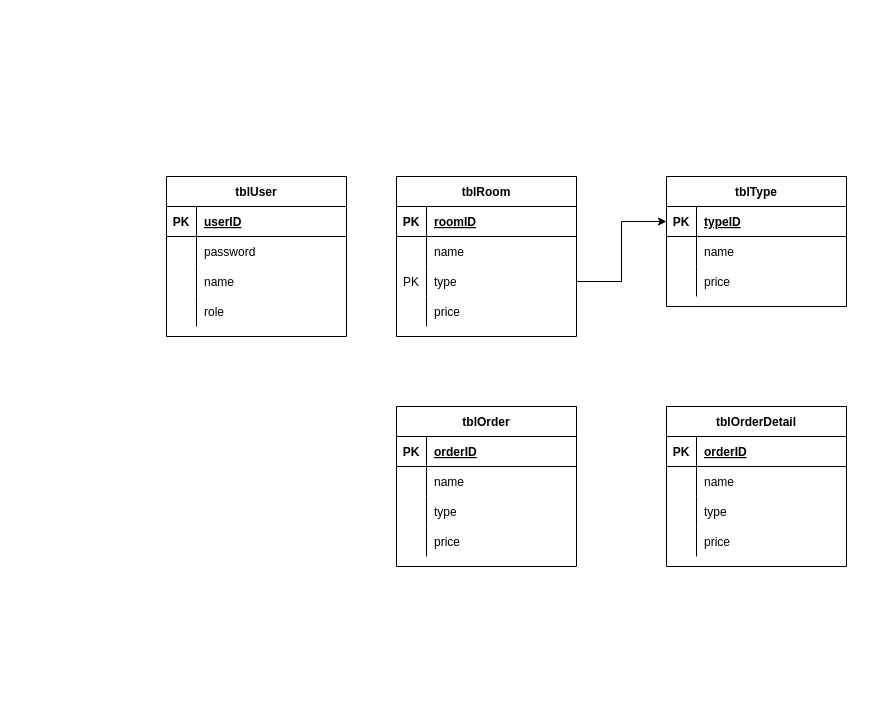
Above: Database/PRN292_Assignment.drawio in passion-Infinity/PRN292_Assignment (draw.io), before the change. Source tidied: cells renumbered, new cells numbered last; positions are measured from the earlier drawing's top-left corner, leaving out a move shared by most shapes. Both pictures are drawn from the tidied source at 100%, with x=0, y=0 at pixel (166, 176).
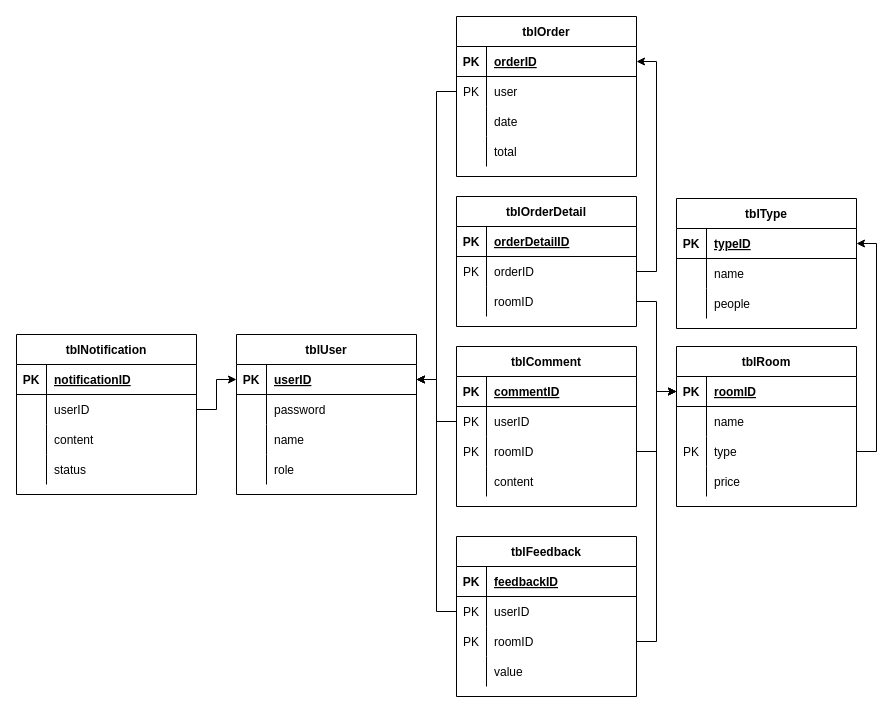
Above is the later version.

Unchanged cells that the change refers to:
```xml
<mxCell id="3" style="shape=partialRectangle;fillColor=none;top=0;left=0;bottom=1;right=0;points=[[0,0.5],[1,0.5]];portConstraint=eastwest;" parent="2" vertex="1">
  <mxGeometry y="30" width="180" height="30" as="geometry" />
</mxCell>
<mxCell id="9" style="shape=partialRectangle;fillColor=none;top=0;left=0;bottom=0;right=0;points=[[0,0.5],[1,0.5]];portConstraint=eastwest;" parent="2" vertex="1">
  <mxGeometry y="90" width="180" height="30" as="geometry" />
</mxCell>
<mxCell id="16" style="shape=partialRectangle;fillColor=none;top=0;left=0;bottom=1;right=0;points=[[0,0.5],[1,0.5]];portConstraint=eastwest;" parent="15" vertex="1">
  <mxGeometry y="30" width="180" height="30" as="geometry" />
</mxCell>
<mxCell id="22" style="shape=partialRectangle;fillColor=none;top=0;left=0;bottom=0;right=0;" parent="15" vertex="1">
  <mxGeometry y="90" width="180" height="30" as="geometry" />
</mxCell>
<mxCell id="27" style="shape=partialRectangle;fillColor=none;top=0;left=0;bottom=1;right=0;points=[[0,0.5],[1,0.5]];portConstraint=eastwest;" parent="26" vertex="1">
  <mxGeometry y="30" width="180" height="30" as="geometry" />
</mxCell>
<mxCell id="30" style="shape=partialRectangle;fillColor=none;top=0;left=0;bottom=0;right=0;points=[[0,0.5],[1,0.5]];portConstraint=eastwest;" parent="26" vertex="1">
  <mxGeometry y="60" width="180" height="30" as="geometry" />
</mxCell>
<mxCell id="33" style="shape=partialRectangle;fillColor=none;top=0;left=0;bottom=0;right=0;" parent="26" vertex="1">
  <mxGeometry y="90" width="180" height="30" as="geometry" />
</mxCell>
<mxCell id="36" style="shape=partialRectangle;fillColor=none;top=0;left=0;bottom=0;right=0;" parent="26" vertex="1">
  <mxGeometry y="120" width="180" height="30" as="geometry" />
</mxCell>
<mxCell id="40" style="shape=partialRectangle;fillColor=none;top=0;left=0;bottom=1;right=0;" parent="39" vertex="1">
  <mxGeometry y="30" width="180" height="30" as="geometry" />
</mxCell>
<mxCell id="43" style="shape=partialRectangle;fillColor=none;top=0;left=0;bottom=0;right=0;points=[[0,0.5],[1,0.5]];portConstraint=eastwest;" parent="39" vertex="1">
  <mxGeometry y="60" width="180" height="30" as="geometry" />
</mxCell>
<mxCell id="46" style="shape=partialRectangle;fillColor=none;top=0;left=0;bottom=0;right=0;points=[[0,0.5],[1,0.5]];portConstraint=eastwest;" parent="39" vertex="1">
  <mxGeometry y="90" width="180" height="30" as="geometry" />
</mxCell>
<mxCell id="53" style="shape=partialRectangle;fillColor=none;top=0;left=0;bottom=1;right=0;points=[[0,0.5],[1,0.5]];portConstraint=eastwest;" parent="52" vertex="1">
  <mxGeometry y="30" width="180" height="30" as="geometry" />
</mxCell>
```

Change to the diagram source:
```diff
@@
     <mxCell id="2" value="tblRoom" style="shape=table;startSize=30;childLayout=tableLayout;rowLines=0;fontStyle=1;align=center;" parent="1" vertex="1">
-      <mxGeometry x="230" width="180" height="160" as="geometry" />
+      <mxGeometry x="510" y="170" width="180" height="160" as="geometry" />
     </mxCell>
@@
     <mxCell id="15" value="tblType" style="shape=table;startSize=30;childLayout=tableLayout;rowLines=0;fontStyle=1;align=center;" parent="1" vertex="1">
-      <mxGeometry x="500" width="180" height="130" as="geometry" />
+      <mxGeometry x="510" y="22" width="180" height="130" as="geometry" />
     </mxCell>
@@
-    <mxCell id="24" value="price" style="shape=partialRectangle;fillColor=none;top=0;left=0;bottom=0;right=0;align=left;spacingLeft=6;overflow=hidden;" parent="22" vertex="1">
+    <mxCell id="24" value="people" style="shape=partialRectangle;fillColor=none;top=0;left=0;bottom=0;right=0;align=left;spacingLeft=6;overflow=hidden;" parent="22" vertex="1">
       <mxGeometry x="30" width="150" height="30" as="geometry" />
     </mxCell>
-    <mxCell id="25" style="edgeStyle=orthogonalEdgeStyle;rounded=0;jettySize=auto;html=1;entryX=0;entryY=0.5;entryDx=0;entryDy=0;" parent="1" edge="1" source="9" target="16">
-      <mxGeometry relative="1" as="geometry" />
-    </mxCell>
     <mxCell id="26" value="tblOrder" style="shape=table;startSize=30;childLayout=tableLayout;rowLines=0;fontStyle=1;align=center;" parent="1" vertex="1">
-      <mxGeometry x="230" y="230" width="180" height="160" as="geometry" />
+      <mxGeometry x="290" y="-160" width="180" height="160" as="geometry" />
     </mxCell>
@@
-    <mxCell id="31" style="shape=partialRectangle;fillColor=none;top=0;left=0;bottom=0;right=0;overflow=hidden;" parent="30" vertex="1">
+    <mxCell id="31" value="PK" style="shape=partialRectangle;fillColor=none;top=0;left=0;bottom=0;right=0;overflow=hidden;" parent="30" vertex="1">
       <mxGeometry width="30" height="30" as="geometry" />
     </mxCell>
-    <mxCell id="32" value="name" style="shape=partialRectangle;fillColor=none;top=0;left=0;bottom=0;right=0;align=left;spacingLeft=6;overflow=hidden;" parent="30" vertex="1">
+    <mxCell id="32" value="user" style="shape=partialRectangle;fillColor=none;top=0;left=0;bottom=0;right=0;align=left;spacingLeft=6;overflow=hidden;" parent="30" vertex="1">
       <mxGeometry x="30" width="150" height="30" as="geometry" />
     </mxCell>
@@
-    <mxCell id="35" value="type" style="shape=partialRectangle;fillColor=none;top=0;left=0;bottom=0;right=0;align=left;spacingLeft=6;overflow=hidden;" parent="33" vertex="1">
+    <mxCell id="35" value="date" style="shape=partialRectangle;fillColor=none;top=0;left=0;bottom=0;right=0;align=left;spacingLeft=6;overflow=hidden;" parent="33" vertex="1">
       <mxGeometry x="30" width="150" height="30" as="geometry" />
     </mxCell>
@@
-    <mxCell id="38" value="price" style="shape=partialRectangle;fillColor=none;top=0;left=0;bottom=0;right=0;align=left;spacingLeft=6;overflow=hidden;" parent="36" vertex="1">
+    <mxCell id="38" value="total" style="shape=partialRectangle;fillColor=none;top=0;left=0;bottom=0;right=0;align=left;spacingLeft=6;overflow=hidden;" parent="36" vertex="1">
       <mxGeometry x="30" width="150" height="30" as="geometry" />
     </mxCell>
     <mxCell id="39" value="tblOrderDetail" style="shape=table;startSize=30;childLayout=tableLayout;rowLines=0;fontStyle=1;align=center;" parent="1" vertex="1">
-      <mxGeometry x="500" y="230" width="180" height="160" as="geometry" />
+      <mxGeometry x="290" y="20" width="180" height="130" as="geometry" />
     </mxCell>
@@
-    <mxCell id="42" value="orderID" style="shape=partialRectangle;fillColor=none;top=0;left=0;bottom=0;right=0;align=left;spacingLeft=6;fontStyle=5;overflow=hidden;" parent="40" vertex="1">
+    <mxCell id="42" value="orderDetailID" style="shape=partialRectangle;fillColor=none;top=0;left=0;bottom=0;right=0;align=left;spacingLeft=6;fontStyle=5;overflow=hidden;" parent="40" vertex="1">
       <mxGeometry x="30" width="150" height="30" as="geometry" />
     </mxCell>
@@
-    <mxCell id="44" style="shape=partialRectangle;fillColor=none;top=0;left=0;bottom=0;right=0;overflow=hidden;" parent="43" vertex="1">
+    <mxCell id="44" value="PK" style="shape=partialRectangle;fillColor=none;top=0;left=0;bottom=0;right=0;overflow=hidden;" parent="43" vertex="1">
       <mxGeometry width="30" height="30" as="geometry" />
     </mxCell>
-    <mxCell id="45" value="name" style="shape=partialRectangle;fillColor=none;top=0;left=0;bottom=0;right=0;align=left;spacingLeft=6;overflow=hidden;" parent="43" vertex="1">
+    <mxCell id="45" value="orderID" style="shape=partialRectangle;fillColor=none;top=0;left=0;bottom=0;right=0;align=left;spacingLeft=6;overflow=hidden;" parent="43" vertex="1">
       <mxGeometry x="30" width="150" height="30" as="geometry" />
     </mxCell>
@@
-    <mxCell id="48" value="type" style="shape=partialRectangle;fillColor=none;top=0;left=0;bottom=0;right=0;align=left;spacingLeft=6;overflow=hidden;" parent="46" vertex="1">
+    <mxCell id="48" value="roomID" style="shape=partialRectangle;fillColor=none;top=0;left=0;bottom=0;right=0;align=left;spacingLeft=6;overflow=hidden;" parent="46" vertex="1">
       <mxGeometry x="30" width="150" height="30" as="geometry" />
     </mxCell>
-    <mxCell id="49" style="shape=partialRectangle;fillColor=none;top=0;left=0;bottom=0;right=0;" parent="39" vertex="1">
-      <mxGeometry y="120" width="180" height="30" as="geometry" />
-    </mxCell>
-    <mxCell id="50" style="shape=partialRectangle;fillColor=none;top=0;left=0;bottom=0;right=0;overflow=hidden;" parent="49" vertex="1">
-      <mxGeometry width="30" height="30" as="geometry" />
-    </mxCell>
-    <mxCell id="51" value="price" style="shape=partialRectangle;fillColor=none;top=0;left=0;bottom=0;right=0;align=left;spacingLeft=6;overflow=hidden;" parent="49" vertex="1">
-      <mxGeometry x="30" width="150" height="30" as="geometry" />
-    </mxCell>
     <mxCell id="52" value="tblUser" style="shape=table;startSize=30;childLayout=tableLayout;rowLines=0;fontStyle=1;align=center;" parent="1" vertex="1">
-      <mxGeometry width="180" height="160" as="geometry" />
+      <mxGeometry x="70" y="158" width="180" height="160" as="geometry" />
     </mxCell>
@@
+    <mxCell id="65" style="edgeStyle=orthogonalEdgeStyle;rounded=0;jettySize=auto;html=1;entryX=1;entryY=0.5;entryDx=0;entryDy=0;" parent="1" edge="1" source="30" target="53">
+      <mxGeometry relative="1" as="geometry" />
+    </mxCell>
+    <mxCell id="66" style="edgeStyle=orthogonalEdgeStyle;rounded=0;jettySize=auto;html=1;entryX=1;entryY=0.5;entryDx=0;entryDy=0;exitX=1;exitY=0.5;exitDx=0;exitDy=0;" parent="1" edge="1" source="43" target="27">
+      <mxGeometry relative="1" as="geometry" />
+    </mxCell>
+    <mxCell id="25" style="edgeStyle=orthogonalEdgeStyle;rounded=0;jettySize=auto;html=1;entryX=1;entryY=0.5;entryDx=0;entryDy=0;exitX=1;exitY=0.5;exitDx=0;exitDy=0;" parent="1" edge="1" source="9" target="16">
+      <mxGeometry relative="1" as="geometry" />
+    </mxCell>
+    <mxCell id="67" style="edgeStyle=orthogonalEdgeStyle;rounded=0;jettySize=auto;html=1;entryX=0;entryY=0.5;entryDx=0;entryDy=0;" parent="1" edge="1" source="46" target="3">
+      <mxGeometry relative="1" as="geometry" />
+    </mxCell>
+    <mxCell id="68" value="tblComment" style="shape=table;startSize=30;childLayout=tableLayout;rowLines=0;fontStyle=1;align=center;" parent="1" vertex="1">
+      <mxGeometry x="290" y="170" width="180" height="160" as="geometry" />
+    </mxCell>
+    <mxCell id="69" style="shape=partialRectangle;fillColor=none;top=0;left=0;bottom=1;right=0;" parent="68" vertex="1">
+      <mxGeometry y="30" width="180" height="30" as="geometry" />
+    </mxCell>
+    <mxCell id="70" value="PK" style="shape=partialRectangle;fillColor=none;top=0;left=0;bottom=0;right=0;fontStyle=1;overflow=hidden;" parent="69" vertex="1">
+      <mxGeometry width="30" height="30" as="geometry" />
+    </mxCell>
+    <mxCell id="71" value="commentID" style="shape=partialRectangle;fillColor=none;top=0;left=0;bottom=0;right=0;align=left;spacingLeft=6;fontStyle=5;overflow=hidden;" parent="69" vertex="1">
+      <mxGeometry x="30" width="150" height="30" as="geometry" />
+    </mxCell>
+    <mxCell id="72" style="shape=partialRectangle;fillColor=none;top=0;left=0;bottom=0;right=0;points=[[0,0.5],[1,0.5]];portConstraint=eastwest;" parent="68" vertex="1">
+      <mxGeometry y="60" width="180" height="30" as="geometry" />
+    </mxCell>
+    <mxCell id="73" value="PK" style="shape=partialRectangle;fillColor=none;top=0;left=0;bottom=0;right=0;overflow=hidden;" parent="72" vertex="1">
+      <mxGeometry width="30" height="30" as="geometry" />
+    </mxCell>
+    <mxCell id="74" value="userID" style="shape=partialRectangle;fillColor=none;top=0;left=0;bottom=0;right=0;align=left;spacingLeft=6;overflow=hidden;" parent="72" vertex="1">
+      <mxGeometry x="30" width="150" height="30" as="geometry" />
+    </mxCell>
+    <mxCell id="75" style="shape=partialRectangle;fillColor=none;top=0;left=0;bottom=0;right=0;points=[[0,0.5],[1,0.5]];portConstraint=eastwest;" parent="68" vertex="1">
+      <mxGeometry y="90" width="180" height="30" as="geometry" />
+    </mxCell>
+    <mxCell id="76" value="PK" style="shape=partialRectangle;fillColor=none;top=0;left=0;bottom=0;right=0;overflow=hidden;" parent="75" vertex="1">
+      <mxGeometry width="30" height="30" as="geometry" />
+    </mxCell>
+    <mxCell id="77" value="roomID" style="shape=partialRectangle;fillColor=none;top=0;left=0;bottom=0;right=0;align=left;spacingLeft=6;overflow=hidden;" parent="75" vertex="1">
+      <mxGeometry x="30" width="150" height="30" as="geometry" />
+    </mxCell>
+    <mxCell id="78" style="shape=partialRectangle;fillColor=none;top=0;left=0;bottom=0;right=0;" parent="68" vertex="1">
+      <mxGeometry y="120" width="180" height="30" as="geometry" />
+    </mxCell>
+    <mxCell id="79" style="shape=partialRectangle;fillColor=none;top=0;left=0;bottom=0;right=0;overflow=hidden;" parent="78" vertex="1">
+      <mxGeometry width="30" height="30" as="geometry" />
+    </mxCell>
+    <mxCell id="80" value="content" style="shape=partialRectangle;fillColor=none;top=0;left=0;bottom=0;right=0;align=left;spacingLeft=6;overflow=hidden;" parent="78" vertex="1">
+      <mxGeometry x="30" width="150" height="30" as="geometry" />
+    </mxCell>
+    <mxCell id="81" style="edgeStyle=orthogonalEdgeStyle;rounded=0;jettySize=auto;html=1;entryX=1;entryY=0.5;entryDx=0;entryDy=0;" parent="1" edge="1" source="72" target="53">
+      <mxGeometry relative="1" as="geometry" />
+    </mxCell>
+    <mxCell id="82" style="edgeStyle=orthogonalEdgeStyle;rounded=0;jettySize=auto;html=1;entryX=0;entryY=0.5;entryDx=0;entryDy=0;" parent="1" edge="1" source="75" target="3">
+      <mxGeometry relative="1" as="geometry" />
+    </mxCell>
+    <mxCell id="83" value="tblFeedback" style="shape=table;startSize=30;childLayout=tableLayout;rowLines=0;fontStyle=1;align=center;" parent="1" vertex="1">
+      <mxGeometry x="290" y="360" width="180" height="160" as="geometry" />
+    </mxCell>
+    <mxCell id="84" style="shape=partialRectangle;fillColor=none;top=0;left=0;bottom=1;right=0;" parent="83" vertex="1">
+      <mxGeometry y="30" width="180" height="30" as="geometry" />
+    </mxCell>
+    <mxCell id="85" value="PK" style="shape=partialRectangle;fillColor=none;top=0;left=0;bottom=0;right=0;fontStyle=1;overflow=hidden;" parent="84" vertex="1">
+      <mxGeometry width="30" height="30" as="geometry" />
+    </mxCell>
+    <mxCell id="86" value="feedbackID" style="shape=partialRectangle;fillColor=none;top=0;left=0;bottom=0;right=0;align=left;spacingLeft=6;fontStyle=5;overflow=hidden;" parent="84" vertex="1">
+      <mxGeometry x="30" width="150" height="30" as="geometry" />
+    </mxCell>
+    <mxCell id="87" style="shape=partialRectangle;fillColor=none;top=0;left=0;bottom=0;right=0;points=[[0,0.5],[1,0.5]];portConstraint=eastwest;" parent="83" vertex="1">
+      <mxGeometry y="60" width="180" height="30" as="geometry" />
+    </mxCell>
+    <mxCell id="88" value="PK" style="shape=partialRectangle;fillColor=none;top=0;left=0;bottom=0;right=0;overflow=hidden;" parent="87" vertex="1">
+      <mxGeometry width="30" height="30" as="geometry" />
+    </mxCell>
+    <mxCell id="89" value="userID" style="shape=partialRectangle;fillColor=none;top=0;left=0;bottom=0;right=0;align=left;spacingLeft=6;overflow=hidden;" parent="87" vertex="1">
+      <mxGeometry x="30" width="150" height="30" as="geometry" />
+    </mxCell>
+    <mxCell id="90" style="shape=partialRectangle;fillColor=none;top=0;left=0;bottom=0;right=0;points=[[0,0.5],[1,0.5]];portConstraint=eastwest;" parent="83" vertex="1">
+      <mxGeometry y="90" width="180" height="30" as="geometry" />
+    </mxCell>
+    <mxCell id="91" value="PK" style="shape=partialRectangle;fillColor=none;top=0;left=0;bottom=0;right=0;overflow=hidden;" parent="90" vertex="1">
+      <mxGeometry width="30" height="30" as="geometry" />
+    </mxCell>
+    <mxCell id="92" value="roomID" style="shape=partialRectangle;fillColor=none;top=0;left=0;bottom=0;right=0;align=left;spacingLeft=6;overflow=hidden;" parent="90" vertex="1">
+      <mxGeometry x="30" width="150" height="30" as="geometry" />
+    </mxCell>
+    <mxCell id="93" style="shape=partialRectangle;fillColor=none;top=0;left=0;bottom=0;right=0;" parent="83" vertex="1">
+      <mxGeometry y="120" width="180" height="30" as="geometry" />
+    </mxCell>
+    <mxCell id="94" style="shape=partialRectangle;fillColor=none;top=0;left=0;bottom=0;right=0;overflow=hidden;" parent="93" vertex="1">
+      <mxGeometry width="30" height="30" as="geometry" />
+    </mxCell>
+    <mxCell id="95" value="value" style="shape=partialRectangle;fillColor=none;top=0;left=0;bottom=0;right=0;align=left;spacingLeft=6;overflow=hidden;" parent="93" vertex="1">
+      <mxGeometry x="30" width="150" height="30" as="geometry" />
+    </mxCell>
+    <mxCell id="96" style="edgeStyle=orthogonalEdgeStyle;rounded=0;jettySize=auto;html=1;entryX=1;entryY=0.5;entryDx=0;entryDy=0;" parent="1" edge="1" source="87" target="53">
+      <mxGeometry relative="1" as="geometry" />
+    </mxCell>
+    <mxCell id="97" style="edgeStyle=orthogonalEdgeStyle;rounded=0;jettySize=auto;html=1;entryX=0;entryY=0.5;entryDx=0;entryDy=0;" parent="1" edge="1" source="90" target="3">
+      <mxGeometry relative="1" as="geometry" />
+    </mxCell>
+    <mxCell id="98" value="tblNotification" style="shape=table;startSize=30;childLayout=tableLayout;rowLines=0;fontStyle=1;align=center;" parent="1" vertex="1">
+      <mxGeometry x="-150" y="158" width="180" height="160" as="geometry" />
+    </mxCell>
+    <mxCell id="99" style="shape=partialRectangle;fillColor=none;top=0;left=0;bottom=1;right=0;" parent="98" vertex="1">
+      <mxGeometry y="30" width="180" height="30" as="geometry" />
+    </mxCell>
+    <mxCell id="100" value="PK" style="shape=partialRectangle;fillColor=none;top=0;left=0;bottom=0;right=0;fontStyle=1;overflow=hidden;" parent="99" vertex="1">
+      <mxGeometry width="30" height="30" as="geometry" />
+    </mxCell>
+    <mxCell id="101" value="notificationID" style="shape=partialRectangle;fillColor=none;top=0;left=0;bottom=0;right=0;align=left;spacingLeft=6;fontStyle=5;overflow=hidden;" parent="99" vertex="1">
+      <mxGeometry x="30" width="150" height="30" as="geometry" />
+    </mxCell>
+    <mxCell id="102" style="shape=partialRectangle;fillColor=none;top=0;left=0;bottom=0;right=0;points=[[0,0.5],[1,0.5]];portConstraint=eastwest;" parent="98" vertex="1">
+      <mxGeometry y="60" width="180" height="30" as="geometry" />
+    </mxCell>
+    <mxCell id="103" style="shape=partialRectangle;fillColor=none;top=0;left=0;bottom=0;right=0;overflow=hidden;" parent="102" vertex="1">
+      <mxGeometry width="30" height="30" as="geometry" />
+    </mxCell>
+    <mxCell id="104" value="userID" style="shape=partialRectangle;fillColor=none;top=0;left=0;bottom=0;right=0;align=left;spacingLeft=6;overflow=hidden;" parent="102" vertex="1">
+      <mxGeometry x="30" width="150" height="30" as="geometry" />
+    </mxCell>
+    <mxCell id="105" style="shape=partialRectangle;fillColor=none;top=0;left=0;bottom=0;right=0;" parent="98" vertex="1">
+      <mxGeometry y="90" width="180" height="30" as="geometry" />
+    </mxCell>
+    <mxCell id="106" style="shape=partialRectangle;fillColor=none;top=0;left=0;bottom=0;right=0;overflow=hidden;" parent="105" vertex="1">
+      <mxGeometry width="30" height="30" as="geometry" />
+    </mxCell>
+    <mxCell id="107" value="content" style="shape=partialRectangle;fillColor=none;top=0;left=0;bottom=0;right=0;align=left;spacingLeft=6;overflow=hidden;" parent="105" vertex="1">
+      <mxGeometry x="30" width="150" height="30" as="geometry" />
+    </mxCell>
+    <mxCell id="108" style="shape=partialRectangle;fillColor=none;top=0;left=0;bottom=0;right=0;" parent="98" vertex="1">
+      <mxGeometry y="120" width="180" height="30" as="geometry" />
+    </mxCell>
+    <mxCell id="109" style="shape=partialRectangle;fillColor=none;top=0;left=0;bottom=0;right=0;overflow=hidden;" parent="108" vertex="1">
+      <mxGeometry width="30" height="30" as="geometry" />
+    </mxCell>
+    <mxCell id="110" value="status" style="shape=partialRectangle;fillColor=none;top=0;left=0;bottom=0;right=0;align=left;spacingLeft=6;overflow=hidden;" parent="108" vertex="1">
+      <mxGeometry x="30" width="150" height="30" as="geometry" />
+    </mxCell>
+    <mxCell id="111" style="edgeStyle=orthogonalEdgeStyle;rounded=0;jettySize=auto;html=1;entryX=0;entryY=0.5;entryDx=0;entryDy=0;" parent="1" edge="1" source="102" target="53">
+      <mxGeometry relative="1" as="geometry" />
+    </mxCell>
```
